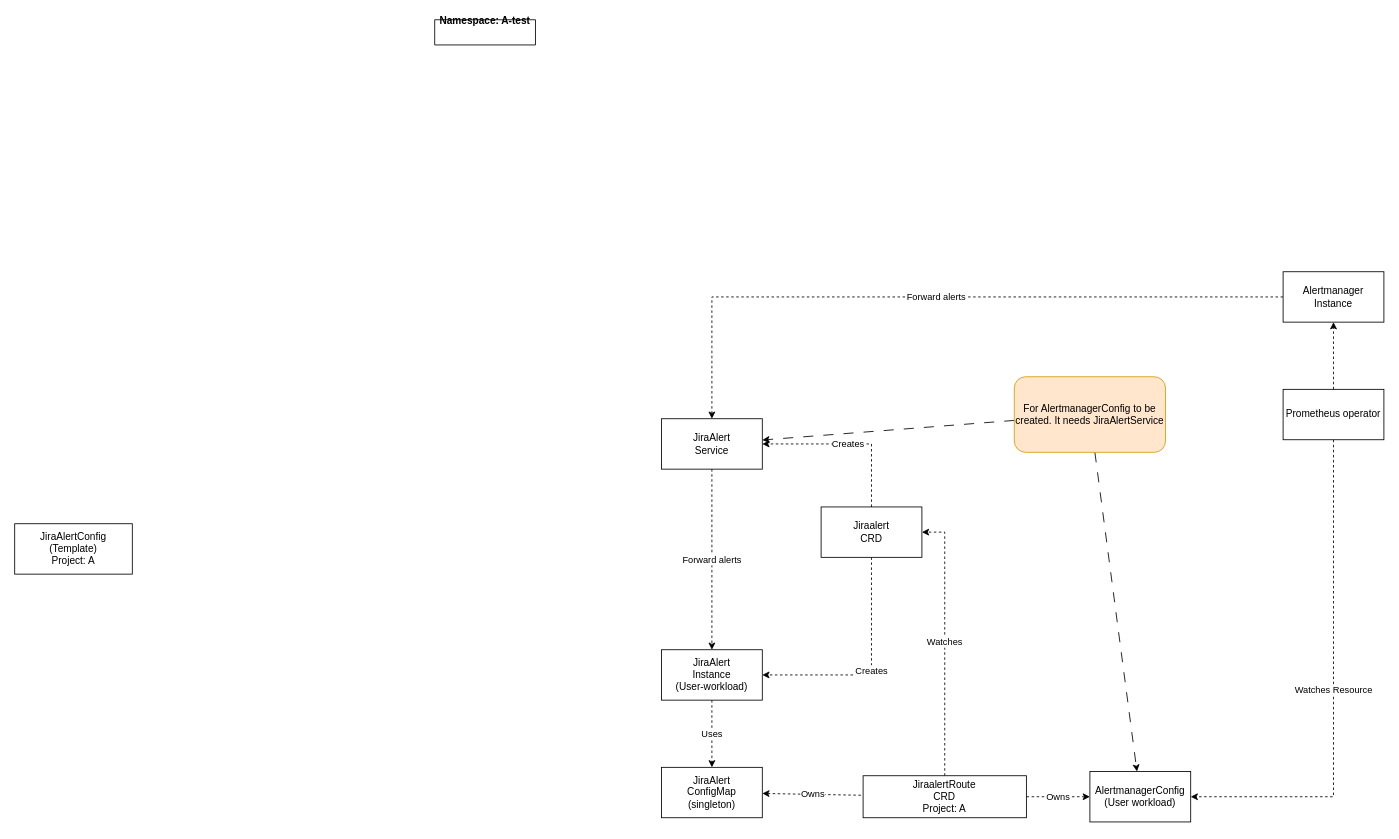
Earlier version of the draw.io diagram Namnlöst diagram.drawio (crikke/crikke). Source tidied: cells renumbered, new cells numbered last; positions are measured from the earlier drawing's top-left corner, leaving out a move shared by most shapes. Both pictures are drawn from the tidied source at 84%, with x=0, y=0 at pixel (14, 19).
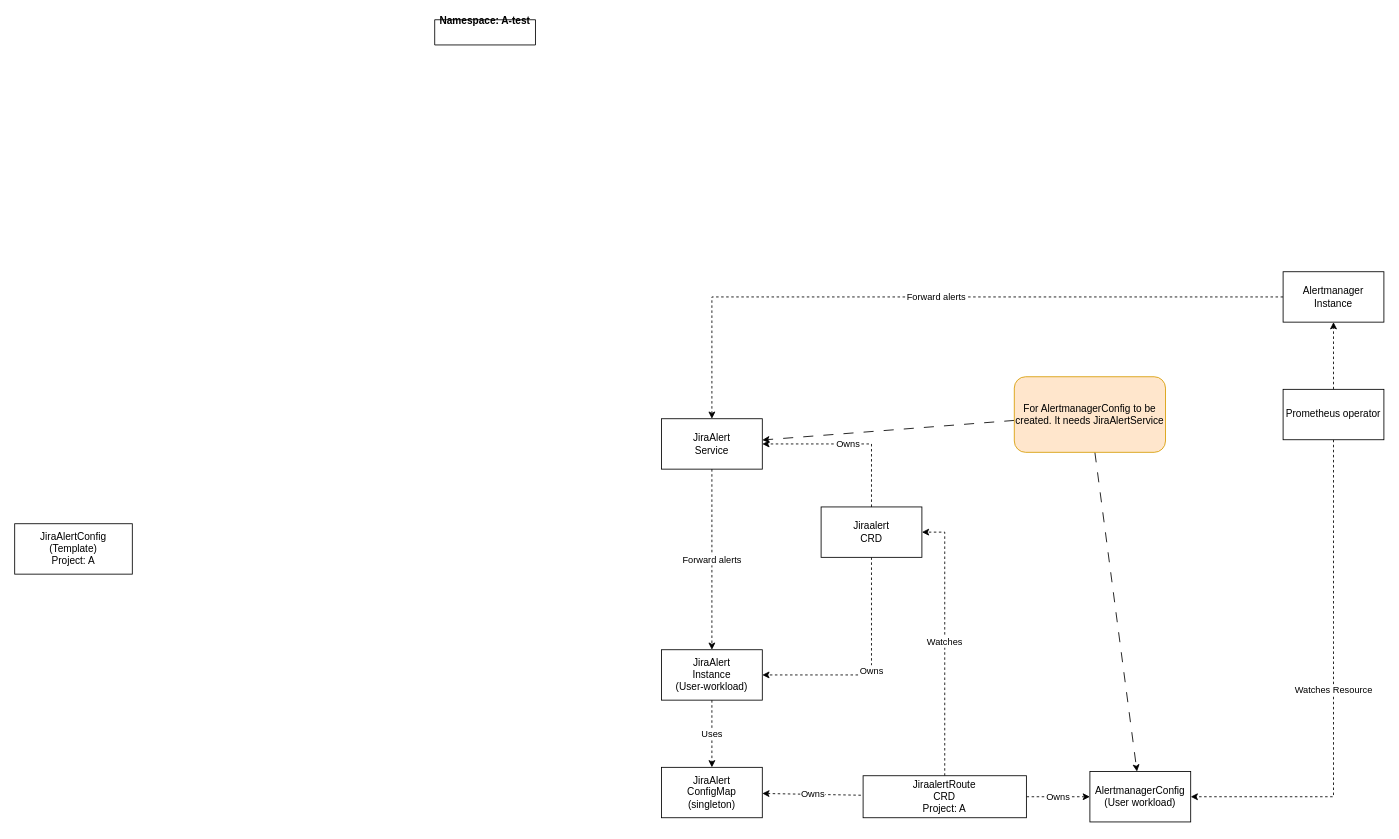
Above is the later version.

Unchanged cells that the change refers to:
```xml
<mxCell id="3" value="JiraAlert&lt;br&gt;Instance&lt;br&gt;(User-workload)" style="rounded=0;whiteSpace=wrap;html=1;" parent="1" vertex="1">
  <mxGeometry x="770" y="750" width="120" height="60" as="geometry" />
</mxCell>
<mxCell id="19" value="Jiraalert&lt;br&gt;CRD" style="rounded=0;whiteSpace=wrap;html=1;" parent="1" vertex="1">
  <mxGeometry x="960" y="580" width="120" height="60" as="geometry" />
</mxCell>
<mxCell id="20" value="JiraAlert&lt;br&gt;Service" style="rounded=0;whiteSpace=wrap;html=1;" parent="1" vertex="1">
  <mxGeometry x="770" y="475" width="120" height="60" as="geometry" />
</mxCell>
```

Diff of the diagram source:
```diff
@@
-    <mxCell id="18" value="Creates" style="edgeStyle=orthogonalEdgeStyle;rounded=0;jettySize=auto;html=1;dashed=1;entryX=1;entryY=0.5;entryDx=0;entryDy=0;exitX=0.5;exitY=1;exitDx=0;exitDy=0;" parent="1" edge="1" source="19" target="3">
+    <mxCell id="18" value="Owns" style="edgeStyle=orthogonalEdgeStyle;rounded=0;jettySize=auto;html=1;dashed=1;entryX=1;entryY=0.5;entryDx=0;entryDy=0;exitX=0.5;exitY=1;exitDx=0;exitDy=0;" parent="1" edge="1" source="19" target="3">
       <mxGeometry relative="1" as="geometry" />
     </mxCell>
@@
-    <mxCell id="21" value="Creates" style="edgeStyle=orthogonalEdgeStyle;rounded=0;jettySize=auto;html=1;dashed=1;entryX=1;entryY=0.5;entryDx=0;entryDy=0;exitX=0.5;exitY=0;exitDx=0;exitDy=0;" parent="1" edge="1" source="19" target="20">
+    <mxCell id="21" value="Owns" style="edgeStyle=orthogonalEdgeStyle;rounded=0;jettySize=auto;html=1;dashed=1;entryX=1;entryY=0.5;entryDx=0;entryDy=0;exitX=0.5;exitY=0;exitDx=0;exitDy=0;" parent="1" edge="1" source="19" target="20">
       <mxGeometry relative="1" as="geometry" />
     </mxCell>
```
